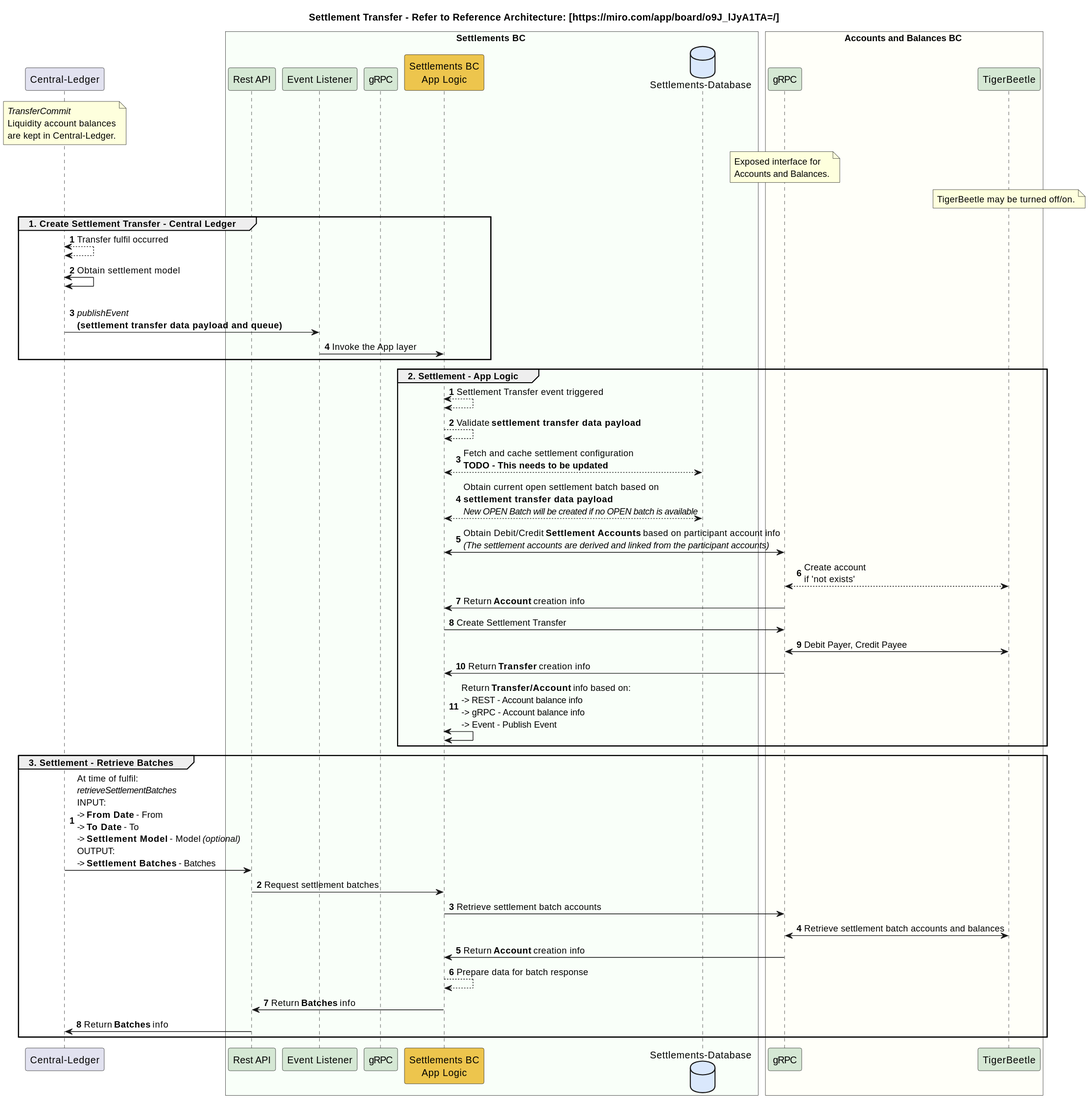
The PlantUML diagram docs/flows/01-settlement-transfer-cl.svg in mojaloop/settlements-bc, before a commit.
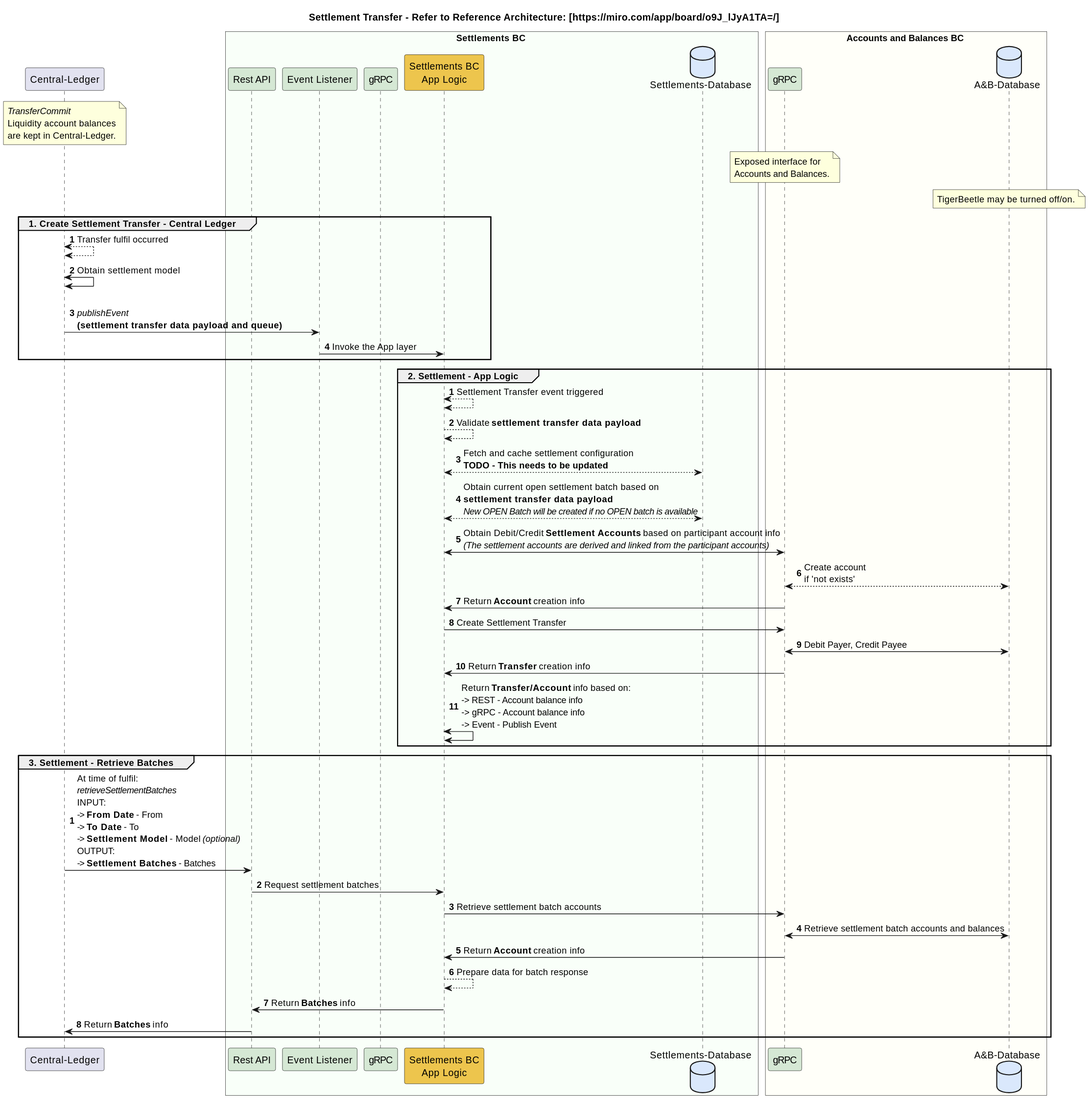
The same diagram one commit later.

Commit message:
Updated docs for settlement. Updated code for optional fields. Updated settlement matrix.

Diff of the diagram source:
```diff
@@ -18,7 +18,7 @@
 
 box Accounts and Balances BC #FFFFF9
     participant "gRPC" as abbc_grpc #D5E8D4
-    participant "TigerBeetle" as abbc_tigerbeetle #D5E8D4
+    database "A&B-Database" as abbc_tigerbeetle #DAE8FC
     note over abbc_grpc
         Exposed interface for
         Accounts and Balances.
```
